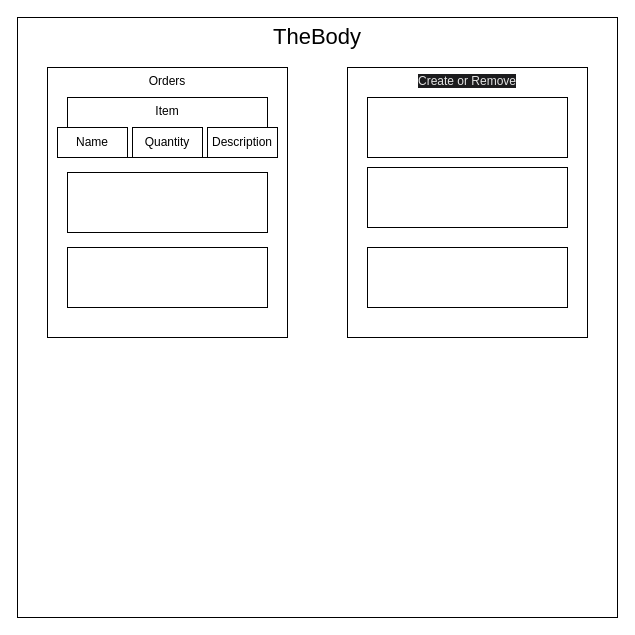
Above: diagram.drawio in kiernan2/merch_stete (draw.io), before the change. Source tidied: cells renumbered, new cells numbered last; positions are measured from the earlier drawing's top-left corner, leaving out a move shared by most shapes. Both pictures are drawn from the tidied source at 100%, with x=0, y=0 at pixel (17, 17).
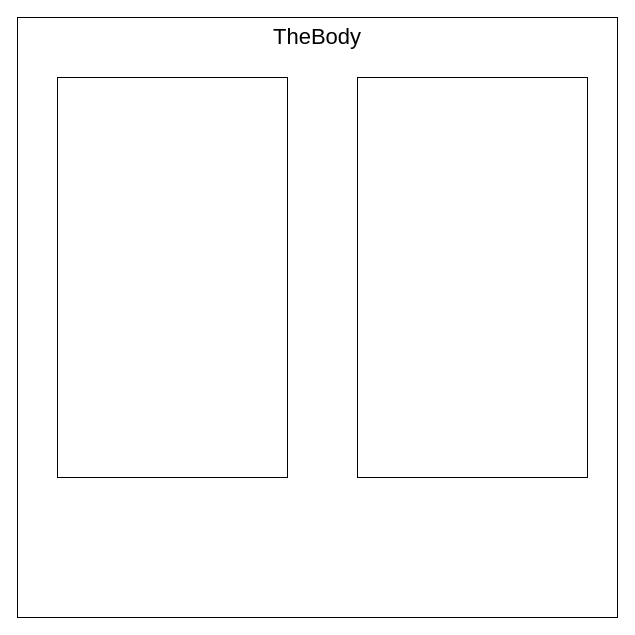
The same page after the edit.

Change to the diagram source:
```diff
@@
 <mxGraphModel>
   <root>
     <mxCell id="0" />
     <mxCell id="1" parent="0" />
     <mxCell id="2" value="TheBody" style="rounded=0;whiteSpace=wrap;html=1;verticalAlign=top;fontSize=22;" parent="1" vertex="1">
       <mxGeometry width="600" height="600" as="geometry" />
     </mxCell>
-    <mxCell id="3" value="Orders" style="rounded=0;whiteSpace=wrap;html=1;verticalAlign=top;" parent="1" vertex="1">
-      <mxGeometry x="30" y="50" width="240" height="270" as="geometry" />
-    </mxCell>
-    <mxCell id="4" value="&lt;span style=&quot;color: rgb(227, 227, 227); text-align: left; background-color: rgb(27, 27, 29);&quot;&gt;&lt;font style=&quot;font-size: 12px;&quot;&gt;Create or Remove&lt;/font&gt;&lt;/span&gt;" style="rounded=0;whiteSpace=wrap;html=1;verticalAlign=top;" parent="1" vertex="1">
-      <mxGeometry x="330" y="50" width="240" height="270" as="geometry" />
-    </mxCell>
-    <mxCell id="5" style="rounded=0;whiteSpace=wrap;html=1;" parent="1" vertex="1">
-      <mxGeometry x="50" y="155" width="200" height="60" as="geometry" />
-    </mxCell>
-    <mxCell id="6" style="rounded=0;whiteSpace=wrap;html=1;" parent="1" vertex="1">
-      <mxGeometry x="50" y="230" width="200" height="60" as="geometry" />
-    </mxCell>
-    <mxCell id="7" style="rounded=0;whiteSpace=wrap;html=1;fontFamily=Helvetica;fontSize=12;" parent="1" vertex="1">
-      <mxGeometry x="350" y="230" width="200" height="60" as="geometry" />
-    </mxCell>
-    <mxCell id="8" style="rounded=0;whiteSpace=wrap;html=1;fontFamily=Helvetica;fontSize=12;" parent="1" vertex="1">
-      <mxGeometry x="350" y="150" width="200" height="60" as="geometry" />
-    </mxCell>
-    <mxCell id="9" style="rounded=0;whiteSpace=wrap;html=1;fontFamily=Helvetica;fontSize=12;" parent="1" vertex="1">
-      <mxGeometry x="350" y="80" width="200" height="60" as="geometry" />
-    </mxCell>
-    <mxCell id="10" value="Item" style="rounded=0;whiteSpace=wrap;html=1;verticalAlign=top;" parent="1" vertex="1">
-      <mxGeometry x="50" y="80" width="200" height="60" as="geometry" />
-    </mxCell>
-    <mxCell id="11" value="Quantity" style="rounded=0;whiteSpace=wrap;html=1;fontFamily=Helvetica;fontSize=12;" parent="1" vertex="1">
-      <mxGeometry x="115" y="110" width="70" height="30" as="geometry" />
-    </mxCell>
-    <mxCell id="12" value="Name" style="rounded=0;whiteSpace=wrap;html=1;fontFamily=Helvetica;fontSize=12;" parent="1" vertex="1">
-      <mxGeometry x="40" y="110" width="70" height="30" as="geometry" />
-    </mxCell>
-    <mxCell id="13" value="Description" style="rounded=0;whiteSpace=wrap;html=1;fontFamily=Helvetica;fontSize=12;" parent="1" vertex="1">
-      <mxGeometry x="190" y="110" width="70" height="30" as="geometry" />
+    <mxCell id="13" style="whiteSpace=wrap;html=1;" parent="1" vertex="1">
+      <mxGeometry x="40" y="60" width="230" height="400" as="geometry" />
     </mxCell>
+    <mxCell id="14" style="whiteSpace=wrap;html=1;" parent="1" vertex="1">
+      <mxGeometry x="340" y="60" width="230" height="400" as="geometry" />
+    </mxCell>
   </root>
 </mxGraphModel>
```
